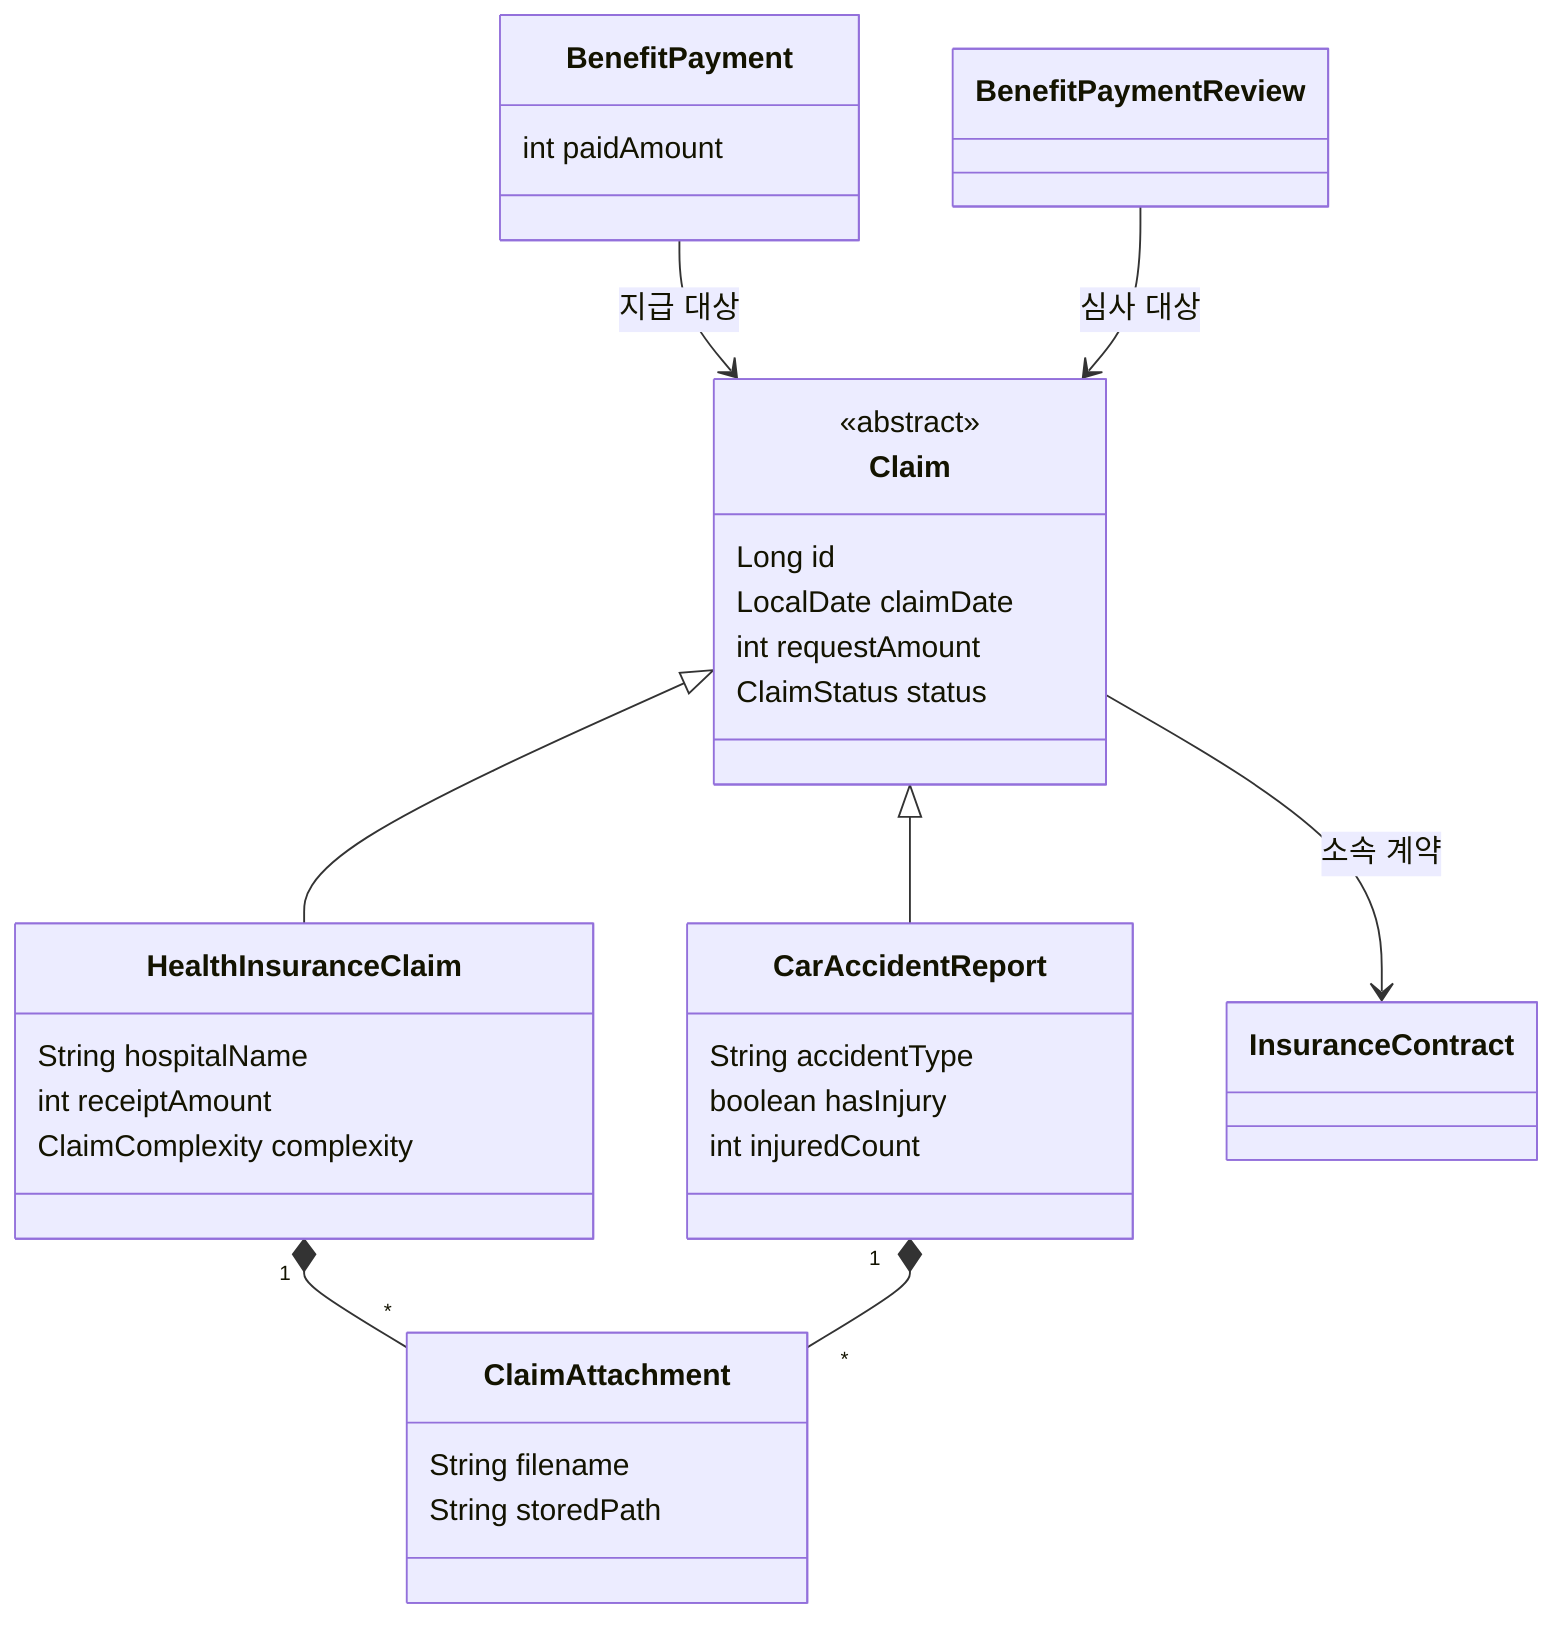
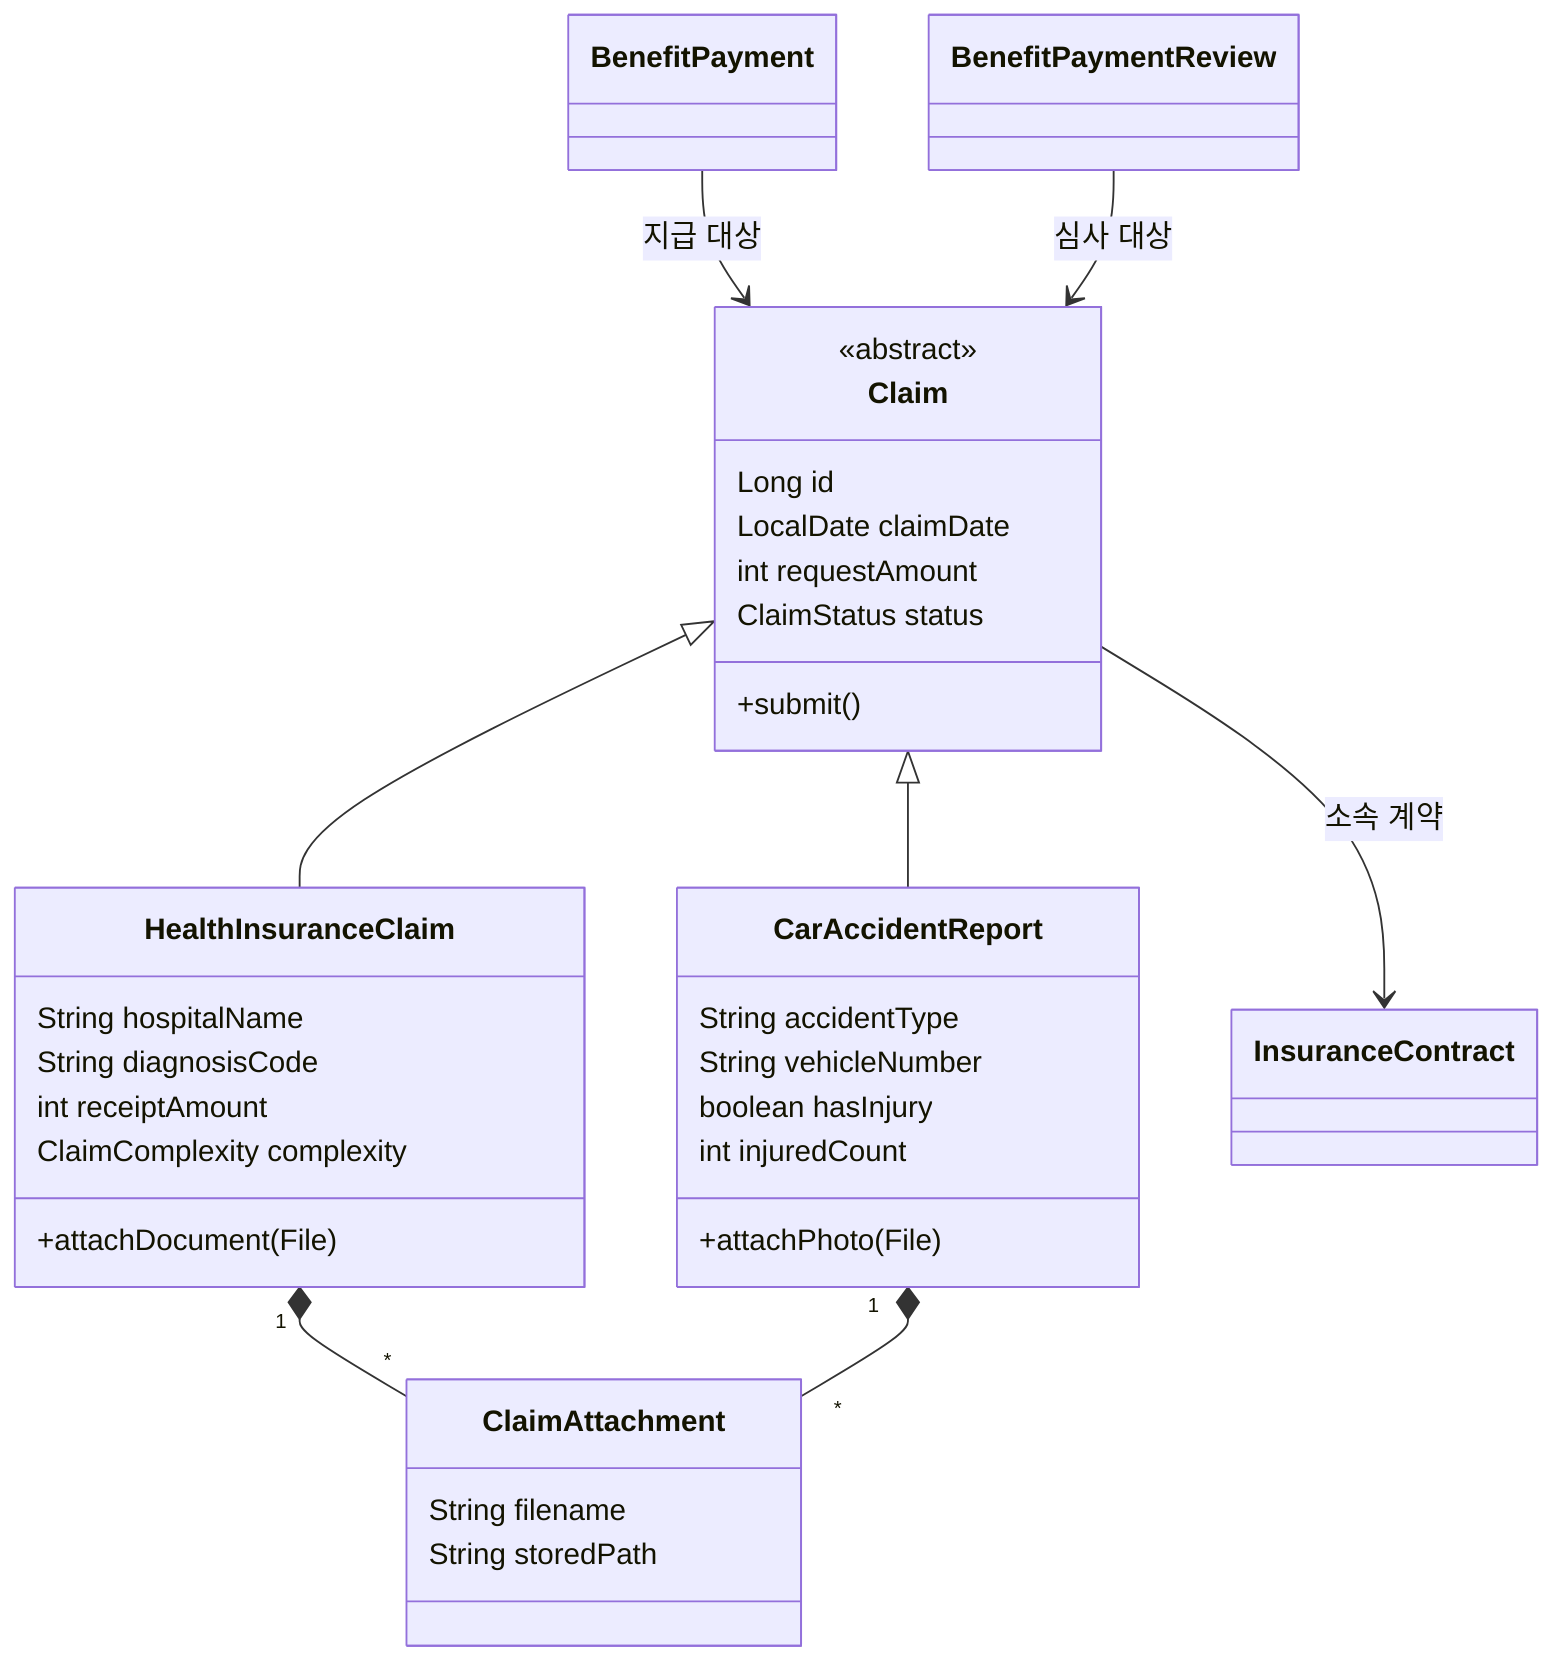
classDiagram
direction TB
class Claim {
  <<abstract>>
  Long id
  LocalDate claimDate
  int requestAmount
  ClaimStatus status
+   +submit()
}
class HealthInsuranceClaim {
  String hospitalName
+   String diagnosisCode
  int receiptAmount
  ClaimComplexity complexity
+   +attachDocument(File)
}
class CarAccidentReport {
  String accidentType
+   String vehicleNumber
  boolean hasInjury
  int injuredCount
+   +attachPhoto(File)
}
class ClaimAttachment {
  String filename
  String storedPath
}
class InsuranceContract
- class BenefitPayment {
-   int paidAmount
- }
+ class BenefitPayment
class BenefitPaymentReview
Claim <|-- HealthInsuranceClaim
Claim <|-- CarAccidentReport
Claim --> InsuranceContract : 소속 계약
HealthInsuranceClaim "1" *-- "*" ClaimAttachment
CarAccidentReport "1" *-- "*" ClaimAttachment
BenefitPayment --> Claim : 지급 대상
BenefitPaymentReview --> Claim : 심사 대상
